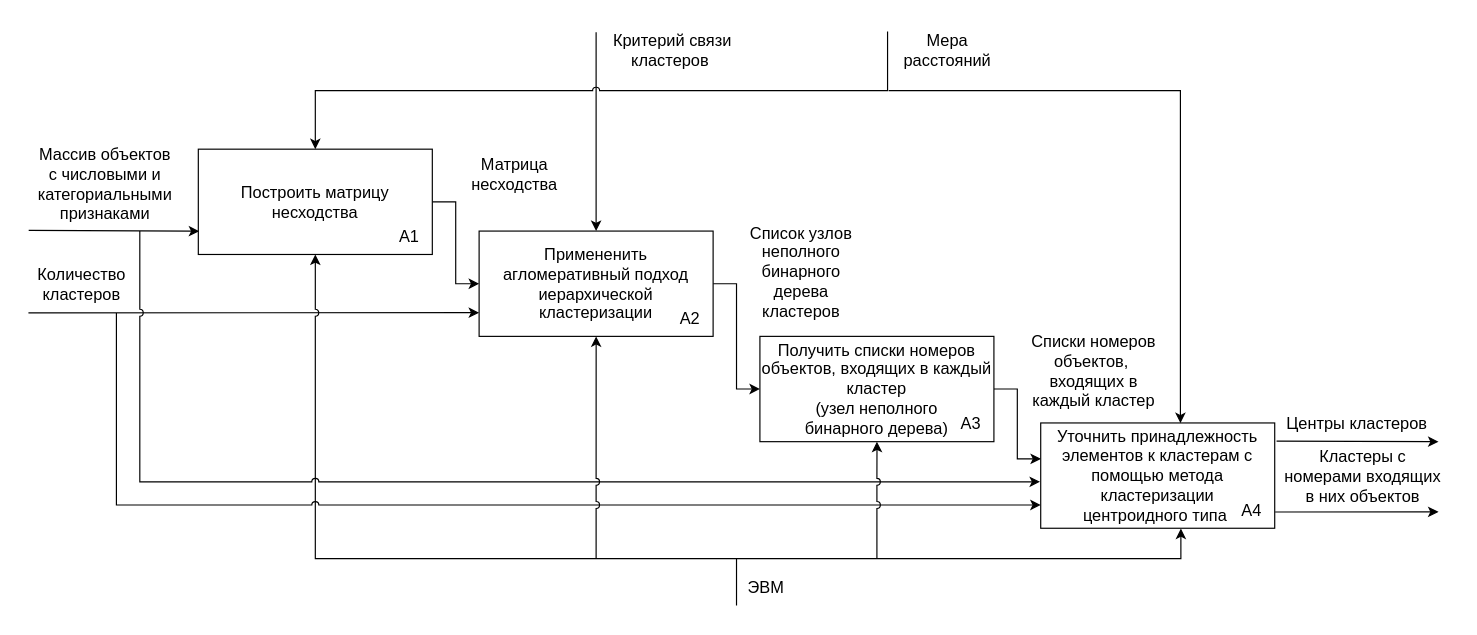
The draw.io diagram docs/schemes/idef0_a1.drawio in kovkir/bmstu-diploma, before the edit. Source tidied: cells renumbered, new cells numbered last; positions are measured from the earlier drawing's top-left corner, leaving out a move shared by most shapes. Both pictures are drawn from the tidied source at 117%, with x=0, y=0 at pixel (22, 20).
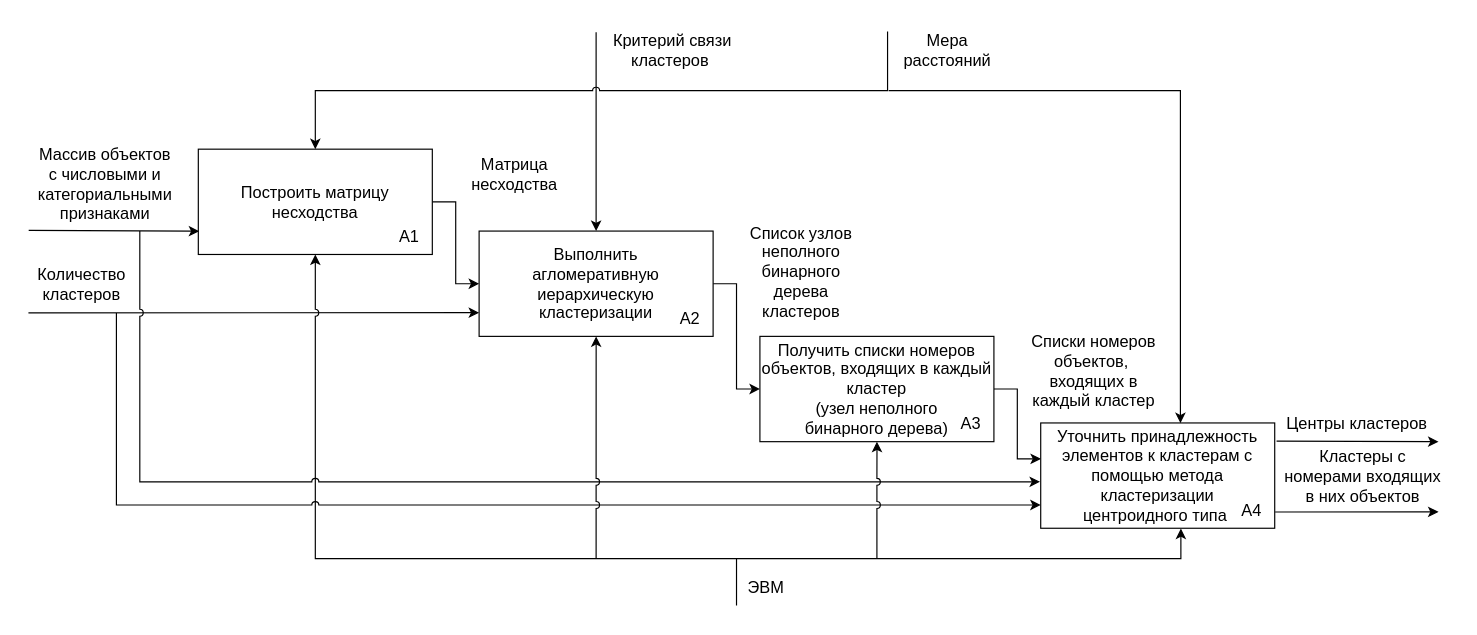
The same diagram, later.

Commit message (it also covers changes not shown here):
Добавлены схемы для презентации

What changed in the source:
```diff
@@
-    <mxCell id="21" value="&lt;span style=&quot;font-size: 14px;&quot;&gt;Примененить агломеративный подход иерархической кластеризации&lt;/span&gt;" style="rounded=0;whiteSpace=wrap;html=1;" parent="1" vertex="1">
+    <mxCell id="21" value="&lt;span style=&quot;font-size: 14px;&quot;&gt;Выполнить &lt;br&gt;агломеративную иерархическую кластеризации&lt;/span&gt;" style="rounded=0;whiteSpace=wrap;html=1;" parent="1" vertex="1">
       <mxGeometry x="390" y="180" width="200" height="90" as="geometry" />
     </mxCell>
```
